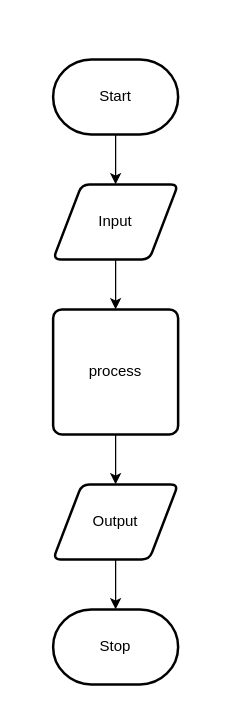
Above: design/flow-chart.drawio in ashley-monaghan/ICS2OR-Unit-3-03 (draw.io), before the change. Source tidied: cells renumbered, new cells numbered last; positions are measured from the earlier drawing's top-left corner, leaving out a move shared by most shapes. Both pictures are drawn from the tidied source at 125%, with x=0, y=0 at pixel (52, 59).
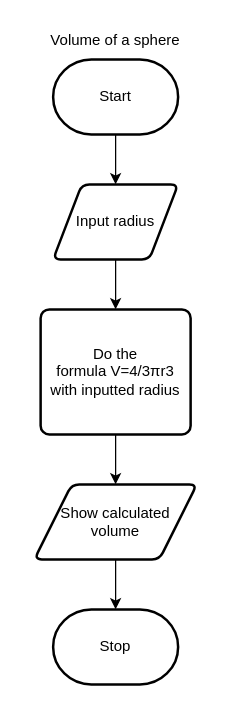
The same diagram, later.

Commit message (it also covers changes not shown here):
Flowchart and storybored

The edit, as a diff of the source:
```diff
@@
 <mxGraphModel>
   <root>
     <mxCell id="0" />
     <mxCell id="1" parent="0" />
     <mxCell id="2" style="edgeStyle=none;html=1;" parent="1" edge="1" source="3" target="5">
       <mxGeometry relative="1" as="geometry" />
     </mxCell>
     <mxCell id="3" value="Start" style="strokeWidth=2;html=1;shape=mxgraph.flowchart.terminator;whiteSpace=wrap;" parent="1" vertex="1">
       <mxGeometry width="100" height="60" as="geometry" />
     </mxCell>
     <mxCell id="4" style="edgeStyle=none;html=1;" parent="1" edge="1" source="5" target="7">
       <mxGeometry relative="1" as="geometry" />
     </mxCell>
-    <mxCell id="5" value="Input" style="shape=parallelogram;html=1;strokeWidth=2;perimeter=parallelogramPerimeter;whiteSpace=wrap;rounded=1;arcSize=12;size=0.23;" parent="1" vertex="1">
+    <mxCell id="5" value="Input radius" style="shape=parallelogram;html=1;strokeWidth=2;perimeter=parallelogramPerimeter;whiteSpace=wrap;rounded=1;arcSize=12;size=0.23;" parent="1" vertex="1">
       <mxGeometry y="100" width="100" height="60" as="geometry" />
     </mxCell>
     <mxCell id="6" style="edgeStyle=none;html=1;" parent="1" edge="1" source="7" target="9">
       <mxGeometry relative="1" as="geometry" />
     </mxCell>
-    <mxCell id="7" value="process" style="rounded=1;whiteSpace=wrap;html=1;absoluteArcSize=1;arcSize=14;strokeWidth=2;" parent="1" vertex="1">
-      <mxGeometry y="200" width="100" height="100" as="geometry" />
+    <mxCell id="7" value="Do the formula&amp;nbsp;V=4/3πr3 with inputted radius" style="rounded=1;whiteSpace=wrap;html=1;absoluteArcSize=1;arcSize=14;strokeWidth=2;" parent="1" vertex="1">
+      <mxGeometry x="-10" y="200" width="120" height="100" as="geometry" />
     </mxCell>
     <mxCell id="8" style="edgeStyle=none;html=1;" parent="1" edge="1" source="9" target="10">
       <mxGeometry relative="1" as="geometry" />
     </mxCell>
-    <mxCell id="9" value="Output" style="shape=parallelogram;html=1;strokeWidth=2;perimeter=parallelogramPerimeter;whiteSpace=wrap;rounded=1;arcSize=12;size=0.23;" parent="1" vertex="1">
-      <mxGeometry y="340" width="100" height="60" as="geometry" />
+    <mxCell id="9" value="Show calculated volume" style="shape=parallelogram;html=1;strokeWidth=2;perimeter=parallelogramPerimeter;whiteSpace=wrap;rounded=1;arcSize=12;size=0.23;" parent="1" vertex="1">
+      <mxGeometry x="-15" y="340" width="130" height="60" as="geometry" />
     </mxCell>
     <mxCell id="10" value="Stop" style="strokeWidth=2;html=1;shape=mxgraph.flowchart.terminator;whiteSpace=wrap;" parent="1" vertex="1">
       <mxGeometry y="440" width="100" height="60" as="geometry" />
     </mxCell>
+    <mxCell id="11" value="Volume of a sphere" style="text;html=1;strokeColor=none;fillColor=none;align=center;verticalAlign=middle;whiteSpace=wrap;rounded=0;" parent="1" vertex="1">
+      <mxGeometry x="-25" y="-30" width="150" height="30" as="geometry" />
+    </mxCell>
   </root>
 </mxGraphModel>
```
